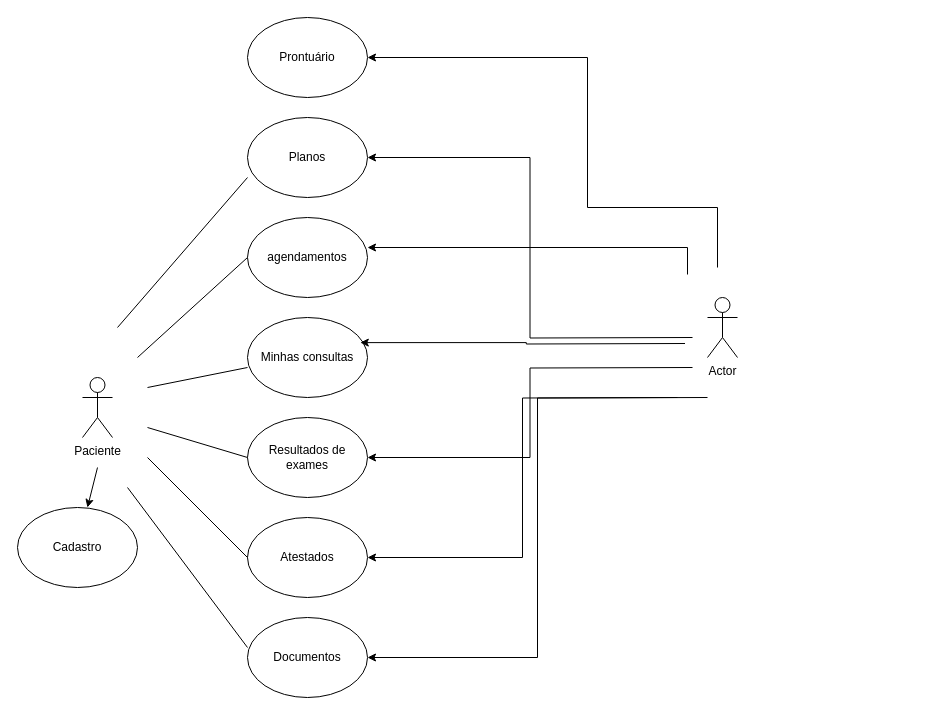
The draw.io diagram page "Página-4" (4 of 4) of Diagrama sem nome.drawio in Anthony-zzz/diagramasderequisitos, before the edit. Source tidied: cells renumbered, new cells numbered last; positions are measured from the earlier drawing's top-left corner, leaving out a move shared by most shapes. Both pictures are drawn from the tidied source at 100%, with x=0, y=0 at pixel (17, 17).
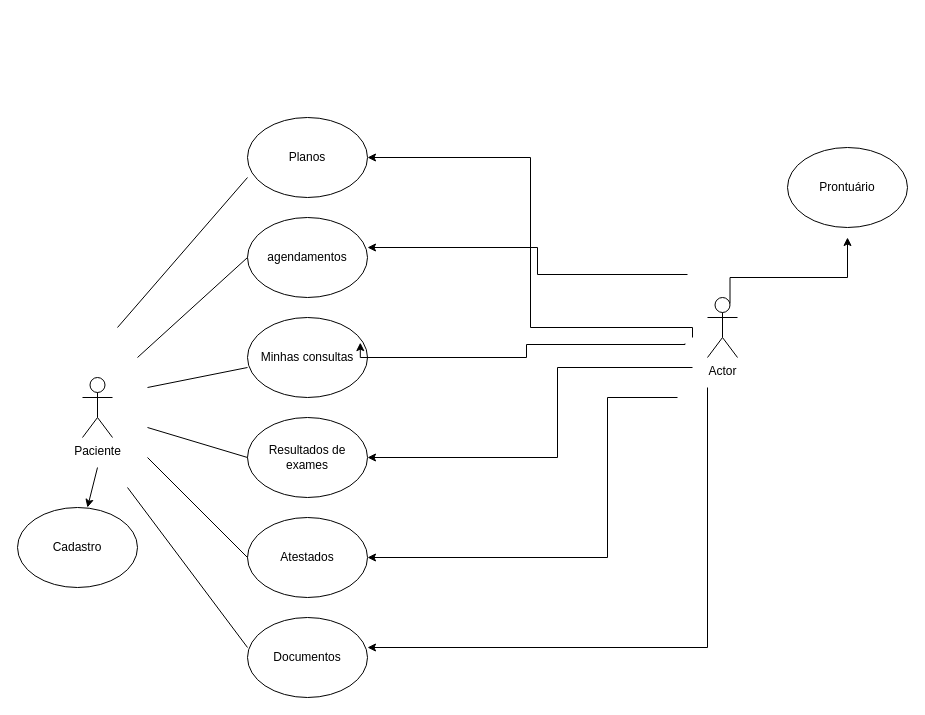
Above is the later version.

The change refers to these unchanged cells:
```xml
<mxCell id="4" value="Planos" style="ellipse;whiteSpace=wrap;html=1;" parent="1" vertex="1">
  <mxGeometry x="230" y="100" width="120" height="80" as="geometry" />
</mxCell>
<mxCell id="5" value="agendamentos" style="ellipse;whiteSpace=wrap;html=1;" parent="1" vertex="1">
  <mxGeometry x="230" y="200" width="120" height="80" as="geometry" />
</mxCell>
<mxCell id="6" value="Minhas consultas" style="ellipse;whiteSpace=wrap;html=1;" parent="1" vertex="1">
  <mxGeometry x="230" y="300" width="120" height="80" as="geometry" />
</mxCell>
<mxCell id="7" value="Resultados de exames" style="ellipse;whiteSpace=wrap;html=1;" parent="1" vertex="1">
  <mxGeometry x="230" y="400" width="120" height="80" as="geometry" />
</mxCell>
<mxCell id="8" value="Atestados" style="ellipse;whiteSpace=wrap;html=1;" parent="1" vertex="1">
  <mxGeometry x="230" y="500" width="120" height="80" as="geometry" />
</mxCell>
<mxCell id="9" value="Documentos" style="ellipse;whiteSpace=wrap;html=1;" parent="1" vertex="1">
  <mxGeometry x="230" y="600" width="120" height="80" as="geometry" />
</mxCell>
<mxCell id="24" value="Actor" style="shape=umlActor;verticalLabelPosition=bottom;verticalAlign=top;html=1;outlineConnect=0;" parent="1" vertex="1">
  <mxGeometry x="690" y="280" width="30" height="60" as="geometry" />
</mxCell>
```

What changed in the source:
```diff
@@
     <mxCell id="17" style="edgeStyle=orthogonalEdgeStyle;rounded=0;jettySize=auto;html=1;exitX=0.5;exitY=0;exitDx=0;exitDy=0;exitPerimeter=0;entryX=1;entryY=0.5;entryDx=0;entryDy=0;" parent="1" edge="1" target="4">
       <mxGeometry relative="1" as="geometry">
         <mxPoint x="675" y="320" as="sourcePoint" />
+        <Array as="points">
+          <mxPoint x="675" y="310" />
+          <mxPoint x="513" y="310" />
+          <mxPoint x="513" y="140" />
+        </Array>
       </mxGeometry>
     </mxCell>
     <mxCell id="18" style="edgeStyle=orthogonalEdgeStyle;rounded=0;jettySize=auto;html=1;entryX=1;entryY=0.375;entryDx=0;entryDy=0;entryPerimeter=0;" parent="1" edge="1" target="5">
       <mxGeometry relative="1" as="geometry">
         <mxPoint x="670" y="257" as="sourcePoint" />
         <Array as="points">
-          <mxPoint x="670" y="230" />
+          <mxPoint x="520" y="257" />
+          <mxPoint x="520" y="230" />
         </Array>
       </mxGeometry>
     </mxCell>
     <mxCell id="19" style="edgeStyle=orthogonalEdgeStyle;rounded=0;jettySize=auto;html=1;exitX=0.5;exitY=0.5;exitDx=0;exitDy=0;exitPerimeter=0;entryX=1;entryY=0.5;entryDx=0;entryDy=0;" parent="1" edge="1" target="7">
       <mxGeometry relative="1" as="geometry">
         <mxPoint x="675" y="350" as="sourcePoint" />
+        <Array as="points">
+          <mxPoint x="540" y="350" />
+          <mxPoint x="540" y="440" />
+        </Array>
       </mxGeometry>
     </mxCell>
     <mxCell id="20" style="edgeStyle=orthogonalEdgeStyle;rounded=0;jettySize=auto;html=1;exitX=0;exitY=1;exitDx=0;exitDy=0;exitPerimeter=0;entryX=1;entryY=0.5;entryDx=0;entryDy=0;" parent="1" edge="1" target="8">
       <mxGeometry relative="1" as="geometry">
         <mxPoint x="660" y="380" as="sourcePoint" />
+        <Array as="points">
+          <mxPoint x="590" y="380" />
+          <mxPoint x="590" y="540" />
+        </Array>
       </mxGeometry>
     </mxCell>
-    <mxCell id="21" style="edgeStyle=orthogonalEdgeStyle;rounded=0;jettySize=auto;html=1;exitX=1;exitY=1;exitDx=0;exitDy=0;exitPerimeter=0;entryX=1;entryY=0.5;entryDx=0;entryDy=0;" parent="1" edge="1" target="9">
+    <mxCell id="21" style="edgeStyle=orthogonalEdgeStyle;rounded=0;orthogonalLoop=1;jettySize=auto;html=1;exitX=1;exitY=1;exitDx=0;exitDy=0;exitPerimeter=0;entryX=1;entryY=0.5;entryDx=0;entryDy=0;" parent="1" edge="1">
       <mxGeometry relative="1" as="geometry">
-        <mxPoint x="690" y="380" as="sourcePoint" />
+        <mxPoint x="690" y="370" as="sourcePoint" />
+        <mxPoint x="350" y="630" as="targetPoint" />
+        <Array as="points">
+          <mxPoint x="690" y="630" />
+        </Array>
       </mxGeometry>
     </mxCell>
     <mxCell id="22" style="edgeStyle=orthogonalEdgeStyle;rounded=0;jettySize=auto;html=1;exitX=0.25;exitY=0.1;exitDx=0;exitDy=0;exitPerimeter=0;entryX=0.94;entryY=0.314;entryDx=0;entryDy=0;entryPerimeter=0;" parent="1" edge="1" target="6">
       <mxGeometry relative="1" as="geometry">
         <mxPoint x="667.5" y="326" as="sourcePoint" />
+        <Array as="points">
+          <mxPoint x="509" y="327" />
+          <mxPoint x="509" y="340" />
+          <mxPoint x="343" y="340" />
+        </Array>
       </mxGeometry>
     </mxCell>
-    <mxCell id="23" style="edgeStyle=orthogonalEdgeStyle;rounded=0;jettySize=auto;html=1;entryX=1;entryY=0.5;entryDx=0;entryDy=0;entryPerimeter=0;" parent="1" edge="1" target="25">
+    <mxCell id="23" style="edgeStyle=orthogonalEdgeStyle;rounded=0;jettySize=auto;html=1;exitX=0.75;exitY=0.1;exitDx=0;exitDy=0;exitPerimeter=0;" parent="1" edge="1" source="24">
       <mxGeometry relative="1" as="geometry">
-        <mxPoint x="700" y="250" as="sourcePoint" />
+        <mxPoint x="830" y="220" as="targetPoint" />
         <Array as="points">
-          <mxPoint x="700" y="190" />
-          <mxPoint x="570" y="190" />
-          <mxPoint x="570" y="40" />
+          <mxPoint x="712" y="260" />
+          <mxPoint x="830" y="260" />
         </Array>
       </mxGeometry>
     </mxCell>
@@
     <mxCell id="25" value="Prontuário" style="ellipse;whiteSpace=wrap;html=1;" parent="1" vertex="1">
-      <mxGeometry x="230" width="120" height="80" as="geometry" />
+      <mxGeometry x="770" y="130" width="120" height="80" as="geometry" />
     </mxCell>
```
